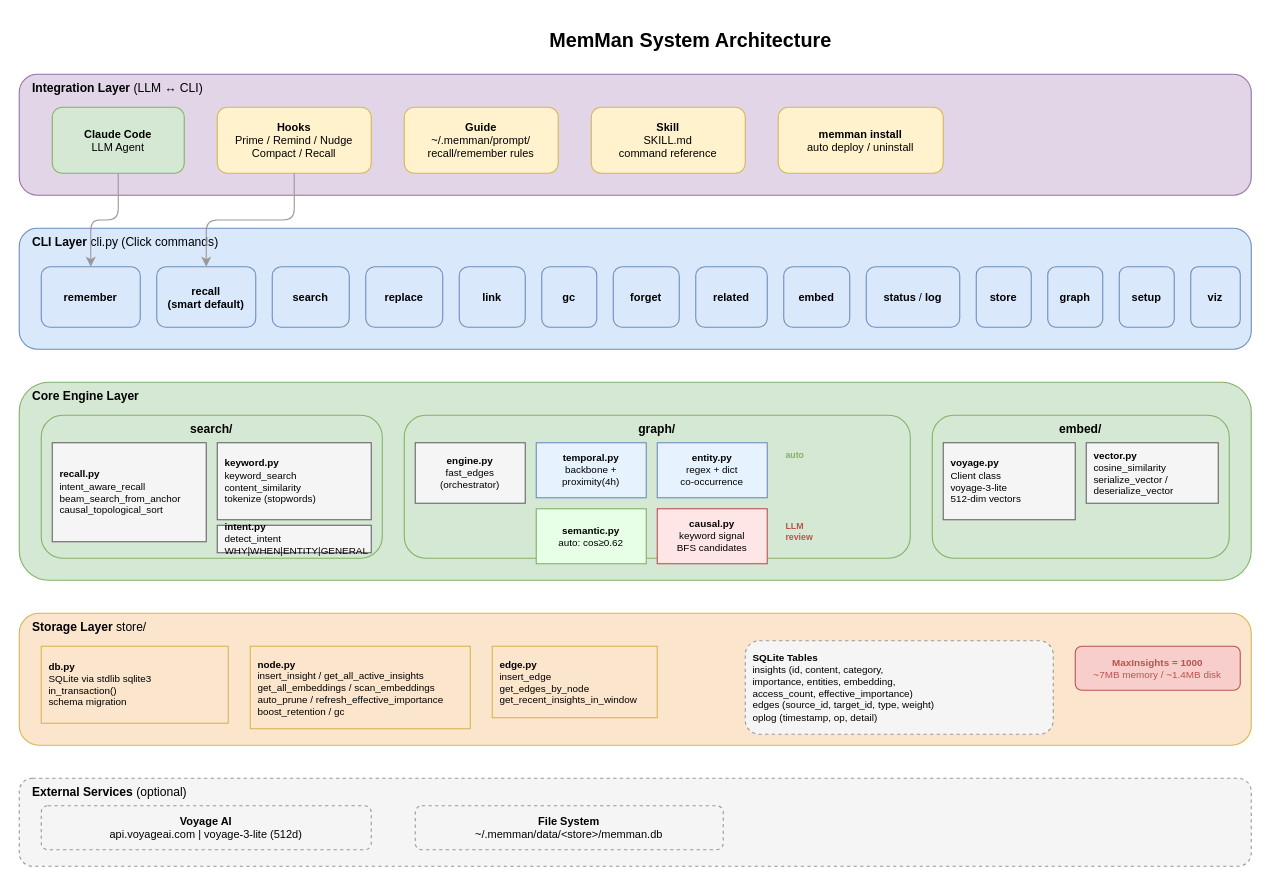
bissli/memman keeps this draw.io diagram as docs/diagrams/01-system-architecture.drawio. Above is the earlier version. Source tidied: cells renumbered, new cells numbered last; positions are measured from the earlier drawing's top-left corner, leaving out a move shared by most shapes. Both pictures are drawn from the tidied source at 110%, with x=0, y=0 at pixel (19, 19).
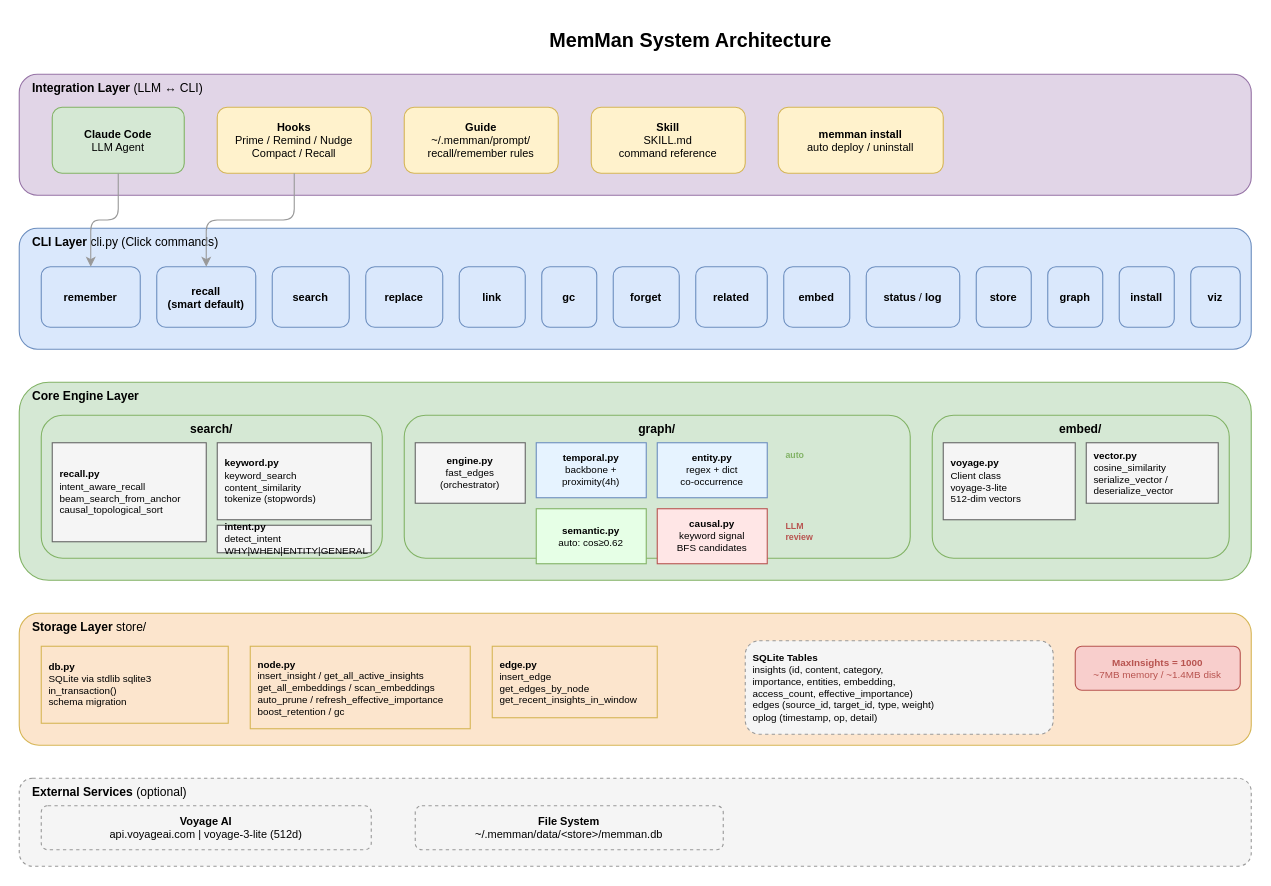
Above is the later version.

Commit message (it also covers changes not shown here):
Legacy cleanup: diagram and doc stragglers from the setup rename

Diff of the diagram source:
```diff
@@
-    <mxCell id="22" value="&lt;b&gt;setup&lt;/b&gt;" style="rounded=1;whiteSpace=wrap;html=1;fillColor=#dae8fc;strokeColor=#6c8ebf;fontSize=10;" parent="1" vertex="1">
-      <mxGeometry x="1000" y="225" width="50" height="55" as="geometry" />
-    </mxCell>
+    <mxCell id="51" value="&lt;b&gt;install&lt;/b&gt;" style="rounded=1;whiteSpace=wrap;html=1;fillColor=#dae8fc;strokeColor=#6c8ebf;fontSize=10;" parent="1" vertex="1">
+      <mxGeometry x="1000" y="225" width="50" height="55" as="geometry" />
+    </mxCell>
```
